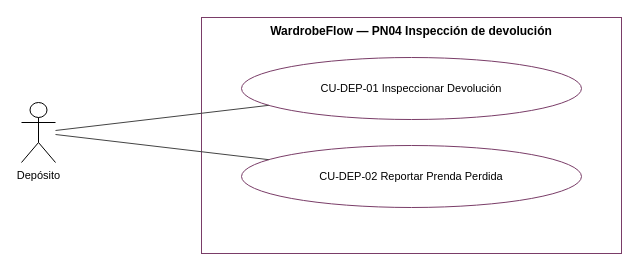
This is docs/diagramas/drawio/CU_pn04_devolucion.drawio from valentinamorana/Trabajo-de-Diploma, a draw.io file, before an edit. Source tidied: cells renumbered, new cells numbered last; positions are measured from the earlier drawing's top-left corner, leaving out a move shared by most shapes. Both pictures are drawn from the tidied source at 100%, with x=0, y=0 at pixel (21, 17).
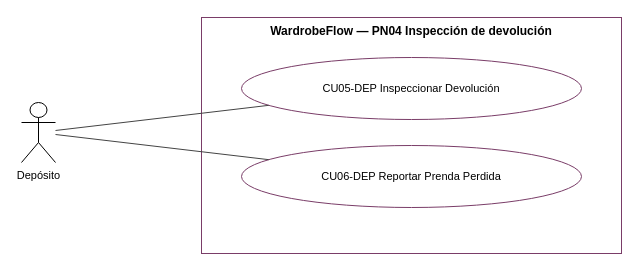
Above is the later version.

Change to the diagram source:
```diff
@@
 <mxGraphModel>
   <root>
     <mxCell id="0" />
     <mxCell id="1" parent="0" />
     <mxCell id="2" value="WardrobeFlow — PN04 Inspección de devolución" style="rounded=0;whiteSpace=wrap;html=1;fillColor=none;strokeColor=#7a3d68;verticalAlign=top;fontStyle=1;fontSize=12;" parent="1" vertex="1">
       <mxGeometry x="180" width="420" height="236" as="geometry" />
     </mxCell>
-    <mxCell id="3" value="CU-DEP-01 Inspeccionar Devolución" style="ellipse;whiteSpace=wrap;html=1;fillColor=#FFFFFF;strokeColor=#7a3d68;fontSize=11;" parent="1" vertex="1">
+    <mxCell id="3" value="CU05-DEP Inspeccionar Devolución" style="ellipse;whiteSpace=wrap;html=1;fillColor=#FFFFFF;strokeColor=#7a3d68;fontSize=11;" parent="1" vertex="1">
       <mxGeometry x="220" y="40" width="340" height="62" as="geometry" />
     </mxCell>
-    <mxCell id="4" value="CU-DEP-02 Reportar Prenda Perdida" style="ellipse;whiteSpace=wrap;html=1;fillColor=#FFFFFF;strokeColor=#7a3d68;fontSize=11;" parent="1" vertex="1">
+    <mxCell id="4" value="CU06-DEP Reportar Prenda Perdida" style="ellipse;whiteSpace=wrap;html=1;fillColor=#FFFFFF;strokeColor=#7a3d68;fontSize=11;" parent="1" vertex="1">
       <mxGeometry x="220" y="128" width="340" height="62" as="geometry" />
     </mxCell>
     <mxCell id="5" value="Depósito" style="shape=umlActor;verticalLabelPosition=bottom;verticalAlign=top;html=1;outlineConnect=0;fontSize=11;" parent="1" vertex="1">
       <mxGeometry y="85" width="34" height="60" as="geometry" />
     </mxCell>
     <mxCell id="6" style="html=1;endArrow=none;strokeColor=#444;" parent="1" edge="1" source="5" target="3">
       <mxGeometry relative="1" as="geometry" />
     </mxCell>
     <mxCell id="7" style="html=1;endArrow=none;strokeColor=#444;" parent="1" edge="1" source="5" target="4">
       <mxGeometry relative="1" as="geometry" />
     </mxCell>
   </root>
 </mxGraphModel>
```
